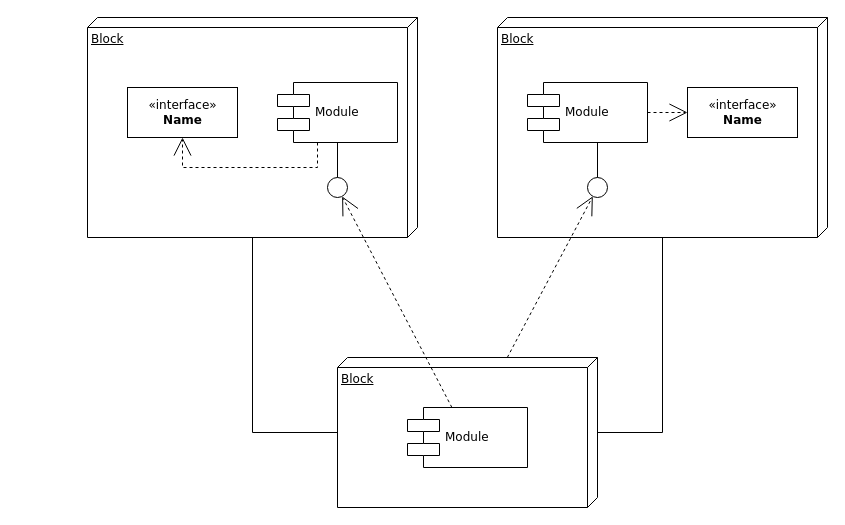
CamiloAndresGTR/Grupo11_Equipo2_BackEnd keeps this draw.io diagram as Diagrama_de_Despliegue.drawio. Above is the earlier version. Source tidied: cells renumbered, new cells numbered last; positions are measured from the earlier drawing's top-left corner, leaving out a move shared by most shapes. Both pictures are drawn from the tidied source at 100%, with x=0, y=0 at pixel (87, 17).
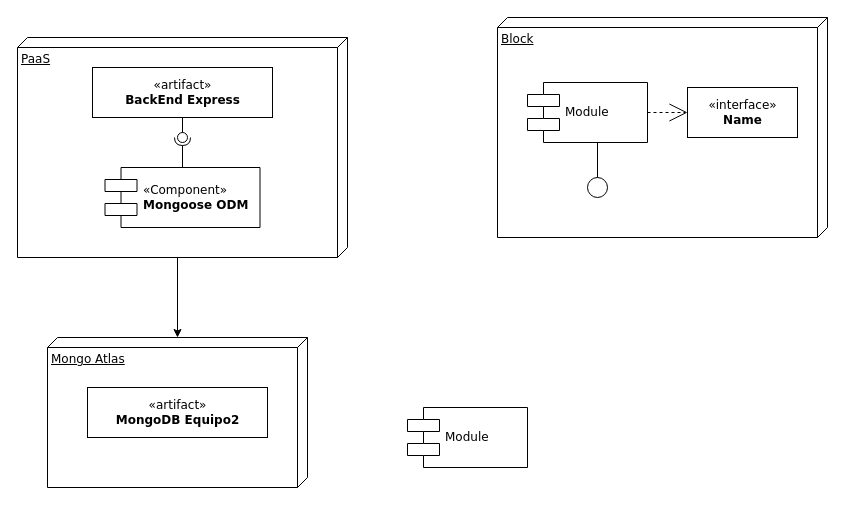
The same page after the edit.

The change refers to these unchanged cells:
```xml
<mxCell id="3" value="Block" style="verticalAlign=top;align=left;spacingTop=8;spacingLeft=2;spacingRight=12;shape=cube;size=10;direction=south;fontStyle=4;html=1;rounded=0;shadow=0;comic=0;labelBackgroundColor=none;strokeWidth=1;fontFamily=Verdana;fontSize=12;" parent="1" vertex="1">
  <mxGeometry x="410" width="330" height="220" as="geometry" />
</mxCell>
<mxCell id="10" style="ellipse;whiteSpace=wrap;html=1;rounded=0;shadow=0;comic=0;labelBackgroundColor=none;strokeWidth=1;fontFamily=Verdana;fontSize=12;align=center;" parent="1" vertex="1">
  <mxGeometry x="500" y="160" width="20" height="20" as="geometry" />
</mxCell>
<mxCell id="11" value="Module" style="shape=component;align=left;spacingLeft=36;rounded=0;shadow=0;comic=0;labelBackgroundColor=none;strokeWidth=1;fontFamily=Verdana;fontSize=12;html=1;" parent="1" vertex="1">
  <mxGeometry x="320" y="390" width="120" height="60" as="geometry" />
</mxCell>
```

What changed in the source:
```diff
@@
+    <mxCell id="20" style="edgeStyle=orthogonalEdgeStyle;rounded=0;jettySize=auto;html=1;exitX=0;exitY=0;exitDx=220;exitDy=170;exitPerimeter=0;" parent="1" edge="1" source="2" target="4">
+      <mxGeometry relative="1" as="geometry" />
+    </mxCell>
-    <mxCell id="2" value="Block" style="verticalAlign=top;align=left;spacingTop=8;spacingLeft=2;spacingRight=12;shape=cube;size=10;direction=south;fontStyle=4;html=1;rounded=0;shadow=0;comic=0;labelBackgroundColor=none;strokeWidth=1;fontFamily=Verdana;fontSize=12;" parent="1" vertex="1">
-      <mxGeometry width="330" height="220" as="geometry" />
+    <mxCell id="2" value="PaaS" style="verticalAlign=top;align=left;spacingTop=8;spacingLeft=2;spacingRight=12;shape=cube;size=10;direction=south;fontStyle=4;html=1;rounded=0;shadow=0;comic=0;labelBackgroundColor=none;strokeWidth=1;fontFamily=Verdana;fontSize=12;" parent="1" vertex="1">
+      <mxGeometry x="-70" y="20" width="330" height="220" as="geometry" />
     </mxCell>
@@
-    <mxCell id="4" value="Block" style="verticalAlign=top;align=left;spacingTop=8;spacingLeft=2;spacingRight=12;shape=cube;size=10;direction=south;fontStyle=4;html=1;rounded=0;shadow=0;comic=0;labelBackgroundColor=none;strokeWidth=1;fontFamily=Verdana;fontSize=12;" parent="1" vertex="1">
-      <mxGeometry x="250" y="340" width="260" height="150" as="geometry" />
+    <mxCell id="4" value="Mongo Atlas" style="verticalAlign=top;align=left;spacingTop=8;spacingLeft=2;spacingRight=12;shape=cube;size=10;direction=south;fontStyle=4;html=1;rounded=0;shadow=0;comic=0;labelBackgroundColor=none;strokeWidth=1;fontFamily=Verdana;fontSize=12;" parent="1" vertex="1">
+      <mxGeometry x="-40" y="320" width="260" height="150" as="geometry" />
     </mxCell>
-    <mxCell id="5" value="&amp;laquo;interface&amp;raquo;&lt;br&gt;&lt;b&gt;Name&lt;/b&gt;" style="html=1;rounded=0;shadow=0;comic=0;labelBackgroundColor=none;strokeWidth=1;fontFamily=Verdana;fontSize=12;align=center;" parent="1" vertex="1">
-      <mxGeometry x="40" y="70" width="110" height="50" as="geometry" />
+    <mxCell id="5" value="«artifact»&lt;br&gt;&lt;b&gt;BackEnd Express&lt;/b&gt;" style="html=1;rounded=0;shadow=0;comic=0;labelBackgroundColor=none;strokeWidth=1;fontFamily=Verdana;fontSize=12;align=center;" parent="1" vertex="1">
+      <mxGeometry x="5" y="50" width="180" height="50" as="geometry" />
     </mxCell>
-    <mxCell id="6" value="Module" style="shape=component;align=left;spacingLeft=36;rounded=0;shadow=0;comic=0;labelBackgroundColor=none;strokeWidth=1;fontFamily=Verdana;fontSize=12;html=1;" parent="1" vertex="1">
-      <mxGeometry x="190" y="65" width="120" height="60" as="geometry" />
+    <mxCell id="6" value="&lt;span style=&quot;text-align: center&quot;&gt;«Component»&lt;br&gt;&lt;b&gt;Mongoose ODM&lt;/b&gt;&lt;br&gt;&lt;/span&gt;" style="shape=component;align=left;spacingLeft=36;rounded=0;shadow=0;comic=0;labelBackgroundColor=none;strokeWidth=1;fontFamily=Verdana;fontSize=12;html=1;" parent="1" vertex="1">
+      <mxGeometry x="17.5" y="150" width="155" height="60" as="geometry" />
     </mxCell>
-    <mxCell id="7" style="ellipse;whiteSpace=wrap;html=1;rounded=0;shadow=0;comic=0;labelBackgroundColor=none;strokeWidth=1;fontFamily=Verdana;fontSize=12;align=center;" parent="1" vertex="1">
-      <mxGeometry x="240" y="160" width="20" height="20" as="geometry" />
-    </mxCell>
@@
-    <mxCell id="12" style="edgeStyle=none;rounded=0;html=1;dashed=1;labelBackgroundColor=none;startArrow=none;startFill=0;startSize=8;endArrow=open;endFill=0;endSize=16;fontFamily=Verdana;fontSize=12;" parent="1" edge="1" source="11" target="7">
-      <mxGeometry relative="1" as="geometry" />
-    </mxCell>
-    <mxCell id="13" style="edgeStyle=none;rounded=0;html=1;dashed=1;labelBackgroundColor=none;startArrow=none;startFill=0;startSize=8;endArrow=open;endFill=0;endSize=16;fontFamily=Verdana;fontSize=12;" parent="1" edge="1" source="4" target="10">
-      <mxGeometry relative="1" as="geometry" />
-    </mxCell>
@@
-    <mxCell id="15" style="edgeStyle=elbowEdgeStyle;rounded=0;html=1;labelBackgroundColor=none;startArrow=none;startFill=0;startSize=8;endArrow=none;endFill=0;endSize=16;fontFamily=Verdana;fontSize=12;" parent="1" edge="1" source="7" target="6">
-      <mxGeometry relative="1" as="geometry" />
-    </mxCell>
-    <mxCell id="16" style="edgeStyle=orthogonalEdgeStyle;rounded=0;html=1;labelBackgroundColor=none;startArrow=none;startFill=0;startSize=8;endArrow=open;endFill=0;endSize=16;fontFamily=Verdana;fontSize=12;dashed=1;" parent="1" edge="1" source="6" target="5">
-      <mxGeometry relative="1" as="geometry">
-        <Array as="points">
-          <mxPoint x="230" y="150" />
-          <mxPoint x="95" y="150" />
-        </Array>
-      </mxGeometry>
-    </mxCell>
@@
-    <mxCell id="18" style="edgeStyle=orthogonalEdgeStyle;rounded=0;html=1;labelBackgroundColor=none;startArrow=none;startFill=0;startSize=8;endArrow=none;endFill=0;endSize=16;fontFamily=Verdana;fontSize=12;" parent="1" edge="1" source="4" target="3">
-      <mxGeometry relative="1" as="geometry">
-        <Array as="points">
-          <mxPoint x="575" y="415" />
-        </Array>
-      </mxGeometry>
-    </mxCell>
-    <mxCell id="19" style="edgeStyle=orthogonalEdgeStyle;rounded=0;html=1;labelBackgroundColor=none;startArrow=none;startFill=0;startSize=8;endArrow=none;endFill=0;endSize=16;fontFamily=Verdana;fontSize=12;" parent="1" edge="1" source="4" target="2">
-      <mxGeometry relative="1" as="geometry">
-        <Array as="points">
-          <mxPoint x="165" y="415" />
-        </Array>
-      </mxGeometry>
-    </mxCell>
+    <mxCell id="21" value="«artifact»&lt;br&gt;&lt;b&gt;MongoDB Equipo2&lt;/b&gt;" style="html=1;rounded=0;shadow=0;comic=0;labelBackgroundColor=none;strokeWidth=1;fontFamily=Verdana;fontSize=12;align=center;" parent="1" vertex="1">
+      <mxGeometry y="370" width="180" height="50" as="geometry" />
+    </mxCell>
+    <mxCell id="22" style="rounded=0;jettySize=auto;html=1;endArrow=none;endFill=0;sketch=0;sourcePerimeterSpacing=0;targetPerimeterSpacing=0;exitX=0.5;exitY=1;exitDx=0;exitDy=0;" parent="1" edge="1" source="5">
+      <mxGeometry relative="1" as="geometry">
+        <mxPoint x="95" y="120" as="targetPoint" />
+      </mxGeometry>
+    </mxCell>
+    <mxCell id="23" style="rounded=0;jettySize=auto;html=1;endArrow=halfCircle;endFill=0;entryX=0.5;entryY=0.5;endSize=6;strokeWidth=1;sketch=0;exitX=0.5;exitY=0;exitDx=0;exitDy=0;" parent="1" edge="1" source="6" target="24">
+      <mxGeometry relative="1" as="geometry" />
+    </mxCell>
+    <mxCell id="24" style="ellipse;whiteSpace=wrap;html=1;align=center;points=[];outlineConnect=0;sketch=0;" parent="1" vertex="1">
+      <mxGeometry x="90" y="115" width="10" height="10" as="geometry" />
+    </mxCell>
```
